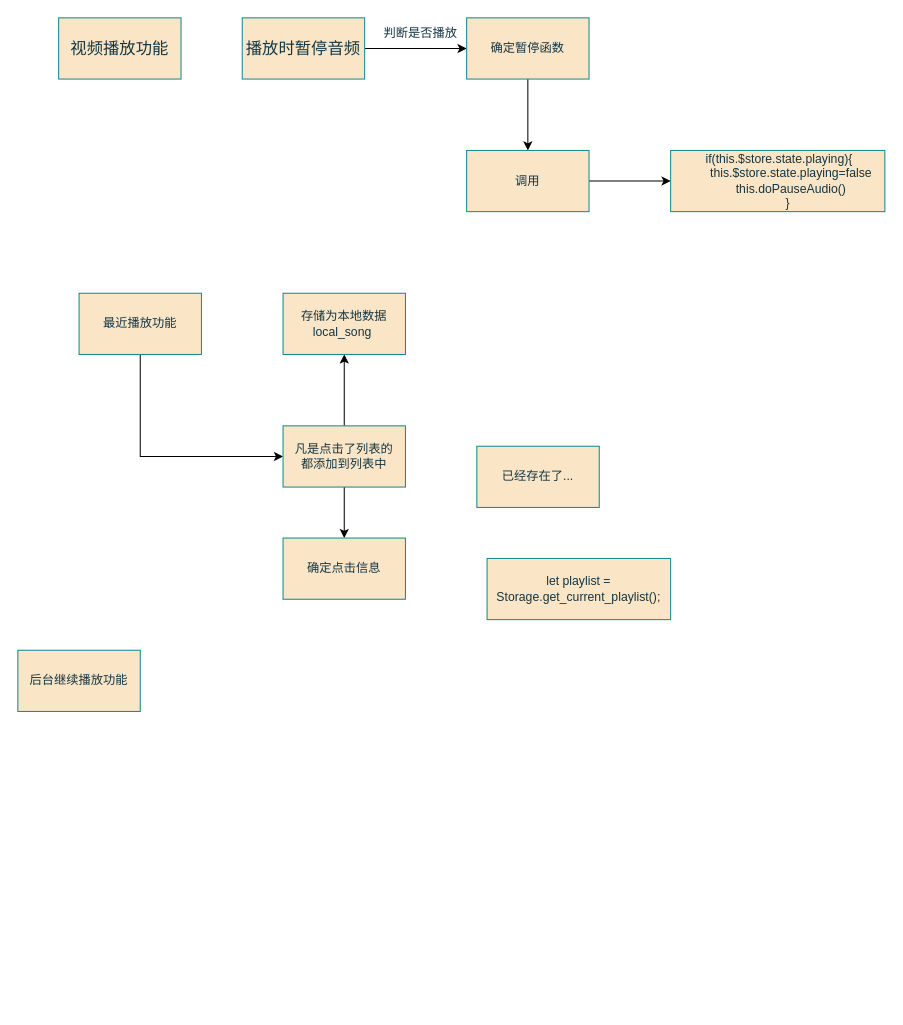
Earlier version of the draw.io diagram 项目实践.drawio (includexhg/include.github.io). Source tidied: cells renumbered, new cells numbered last; positions are measured from the earlier drawing's top-left corner, leaving out a move shared by most shapes. Both pictures are drawn from the tidied source at 102%, with x=0, y=0 at pixel (17, 17).
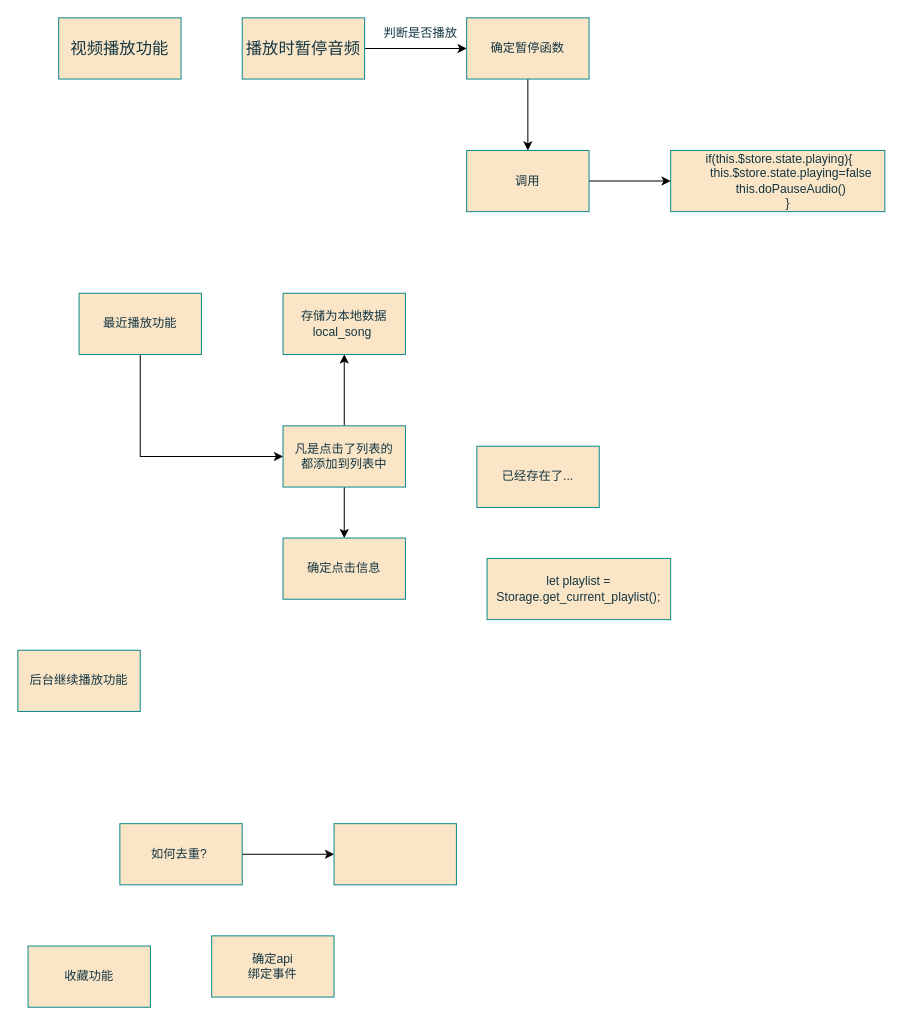
The same page after the edit.

Commit message:
更新项目实践.drawio

The edit, as a diff of the source:
```diff
@@
+    <mxCell id="21" style="edgeStyle=orthogonalEdgeStyle;rounded=0;jettySize=auto;html=1;entryX=0;entryY=0.5;entryDx=0;entryDy=0;fontFamily=Helvetica;fontSize=12;fontColor=#143642;" parent="1" edge="1" source="22" target="23">
+      <mxGeometry relative="1" as="geometry" />
+    </mxCell>
+    <mxCell id="22" value="如何去重?&amp;nbsp;" style="whiteSpace=wrap;html=1;strokeColor=#0F8B8D;fontFamily=Helvetica;fontSize=12;fontColor=#143642;fillColor=#FAE5C7;" parent="1" vertex="1">
+      <mxGeometry x="100" y="790" width="120" height="60" as="geometry" />
+    </mxCell>
+    <mxCell id="23" style="whiteSpace=wrap;html=1;strokeColor=#0F8B8D;fontFamily=Helvetica;fontSize=12;fontColor=#143642;fillColor=#FAE5C7;" parent="1" vertex="1">
+      <mxGeometry x="310" y="790" width="120" height="60" as="geometry" />
+    </mxCell>
+    <mxCell id="24" value="收藏功能" style="whiteSpace=wrap;html=1;strokeColor=#0F8B8D;fontFamily=Helvetica;fontSize=12;fontColor=#143642;fillColor=#FAE5C7;" parent="1" vertex="1">
+      <mxGeometry x="10" y="910" width="120" height="60" as="geometry" />
+    </mxCell>
+    <mxCell id="25" value="确定api&lt;br&gt;绑定事件" style="whiteSpace=wrap;html=1;strokeColor=#0F8B8D;fontFamily=Helvetica;fontSize=12;fontColor=#143642;fillColor=#FAE5C7;" parent="1" vertex="1">
+      <mxGeometry x="190" y="900" width="120" height="60" as="geometry" />
+    </mxCell>
```
